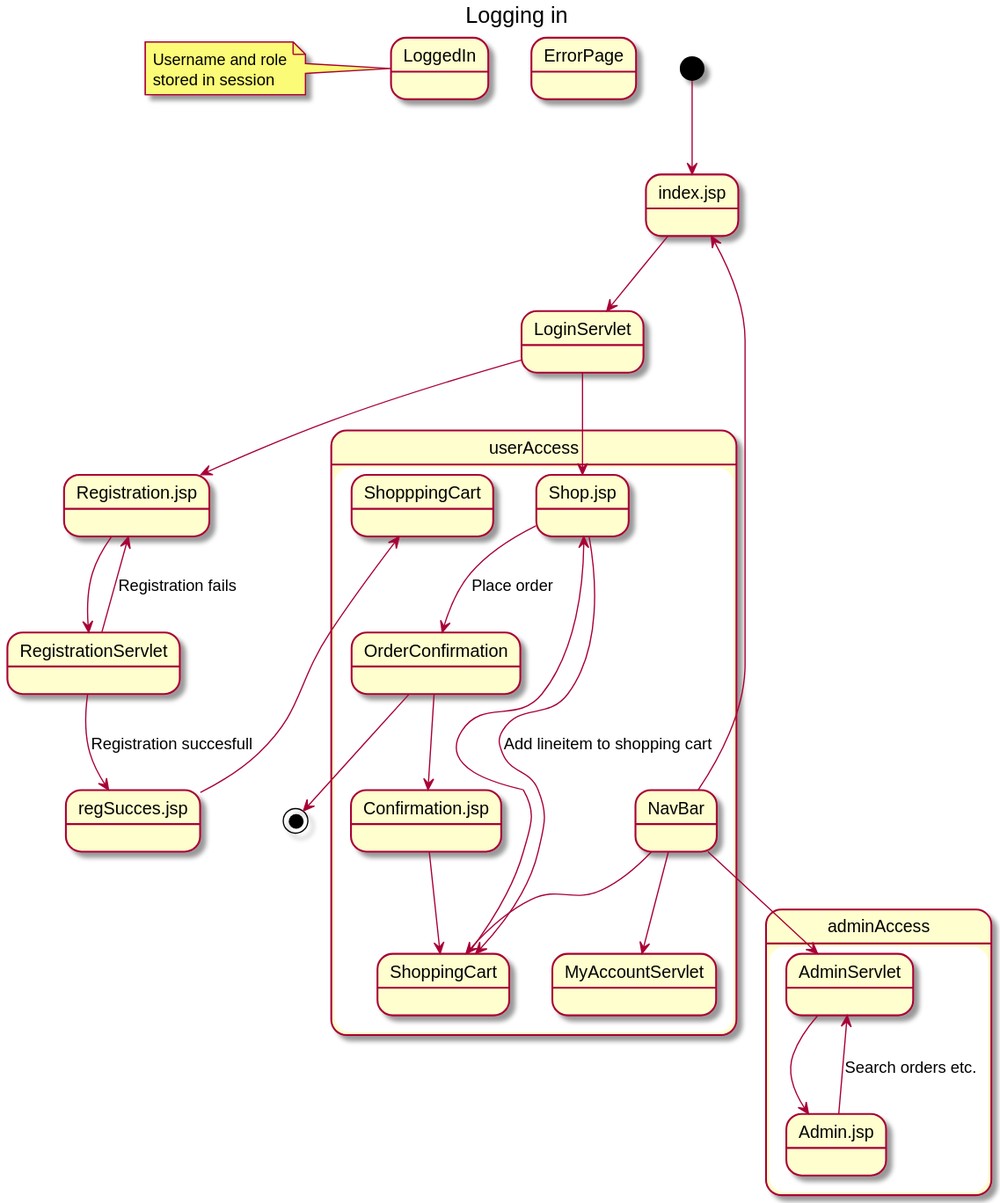
DATboiss/CupcakeWebshop keeps this PlantUML diagram as src/main/java/Diagrams/State.svg. Above is the earlier version. Its diagram source:
```plantuml
@startuml

Title Logging in
State "ErrorPage" as error




note left of LoggedIn
Username and role
stored in session
end note

[*] --> index.jsp
index.jsp --> LoginServlet
LoginServlet --> Registration.jsp
Registration.jsp --> RegistrationServlet
RegistrationServlet --> Registration.jsp : Registration fails
RegistrationServlet --> regSucces.jsp  : Registration succesfull

state userAccess {
LoginServlet --> Shop.jsp
regSucces.jsp --> ShopppingCart
ShoppingCart --> Shop.jsp
Shop.jsp --> ShoppingCart : Add lineitem to shopping cart
Shop.jsp --> OrderConfirmation : Place order
OrderConfirmation --> Confirmation.jsp
Confirmation.jsp --> ShoppingCart
NavBar --> index.jsp
NavBar --> MyAccountServlet
NavBar --> ShoppingCart
}

state adminAccess {
NavBar --> AdminServlet
AdminServlet --> Admin.jsp
Admin.jsp --> AdminServlet : Search orders etc.
}

OrderConfirmation --> [*]

@enduml
```
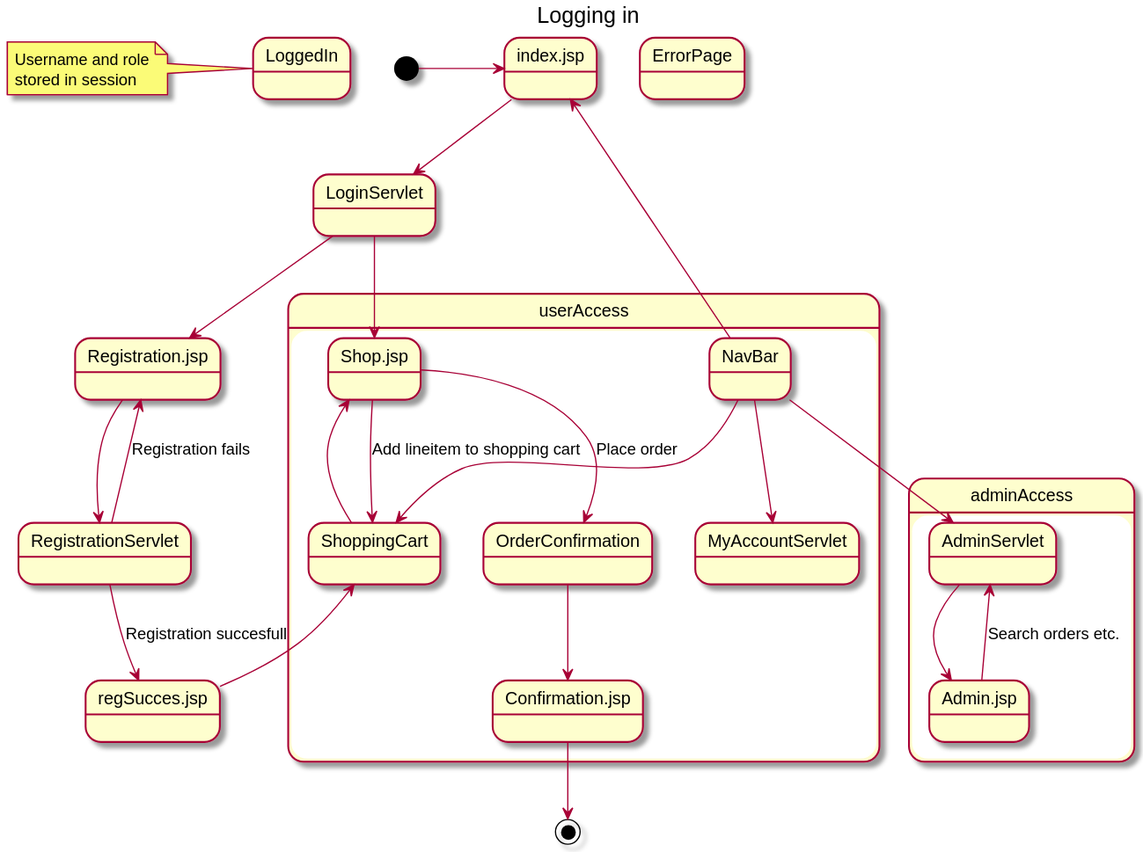
After the change.

Commit message:
Updated state diagram

Diff of the diagram source:
```diff
@@ -11,7 +11,7 @@
 stored in session
 end note
 
-[*] --> index.jsp
+[*] -> index.jsp
 index.jsp --> LoginServlet
 LoginServlet --> Registration.jsp
 Registration.jsp --> RegistrationServlet
@@ -20,15 +20,16 @@
 
 state userAccess {
 LoginServlet --> Shop.jsp
-regSucces.jsp --> ShopppingCart
+regSucces.jsp --> ShoppingCart
 ShoppingCart --> Shop.jsp
 Shop.jsp --> ShoppingCart : Add lineitem to shopping cart
 Shop.jsp --> OrderConfirmation : Place order
 OrderConfirmation --> Confirmation.jsp
-Confirmation.jsp --> ShoppingCart
+
 NavBar --> index.jsp
 NavBar --> MyAccountServlet
 NavBar --> ShoppingCart
+
 }
 
 state adminAccess {
@@ -37,6 +38,6 @@
 Admin.jsp --> AdminServlet : Search orders etc.
 }
 
-OrderConfirmation --> [*]
+Confirmation.jsp --> [*]
 
 @enduml
```
